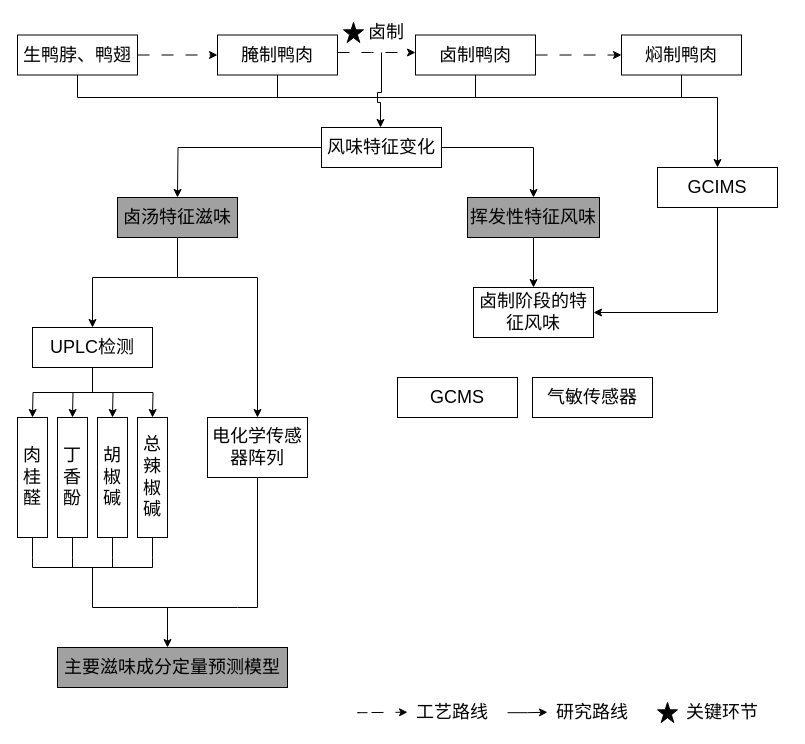
This is 大论文.drawio from zheng-oh/dragrams, a draw.io file, before an edit. Source tidied: cells renumbered, new cells numbered last; positions are measured from the earlier drawing's top-left corner, leaving out a move shared by most shapes. Both pictures are drawn from the tidied source at 100%, with x=0, y=0 at pixel (17, 17).
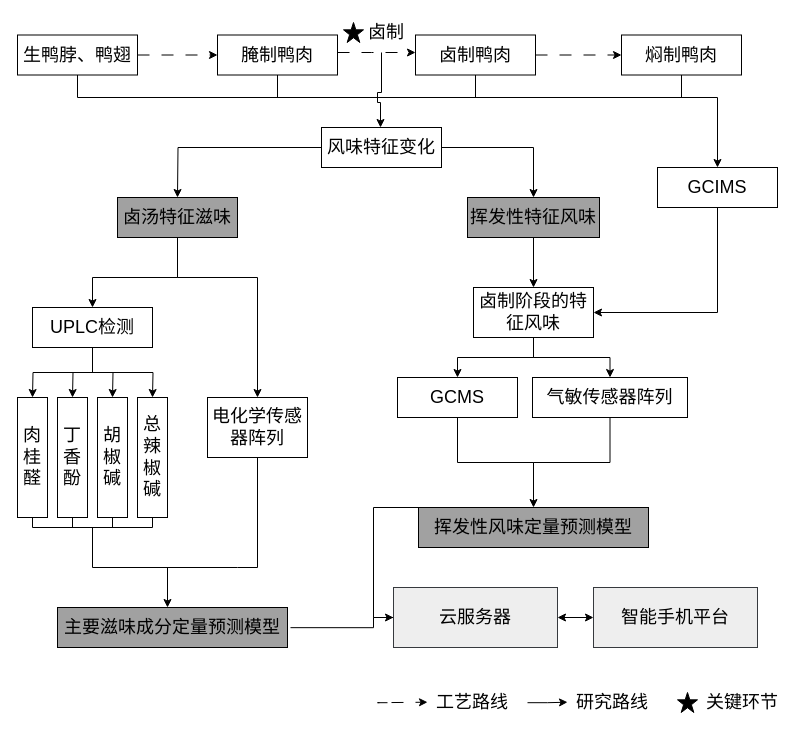
The same diagram, later.

The change refers to these unchanged cells:
```xml
<mxCell id="51" value="&lt;span style=&quot;font-size: 18px;&quot;&gt;卤制阶段的特征风味&lt;/span&gt;" style="whiteSpace=wrap;html=1;rounded=0;" parent="1" vertex="1">
  <mxGeometry x="456" y="270" width="120" height="50" as="geometry" />
</mxCell>
<mxCell id="52" value="&lt;span style=&quot;font-size: 18px;&quot;&gt;GCMS&lt;/span&gt;" style="whiteSpace=wrap;html=1;rounded=0;" parent="1" vertex="1">
  <mxGeometry x="380" y="360" width="120" height="40" as="geometry" />
</mxCell>
```

The edit, as a diff of the source:
```diff
@@
     <mxCell id="13" style="edgeStyle=orthogonalEdgeStyle;rounded=0;orthogonalLoop=1;jettySize=auto;html=1;dashed=1;dashPattern=12 12;" parent="1" edge="1">
       <mxGeometry relative="1" as="geometry">
-        <mxPoint x="350" y="695.2" as="sourcePoint" />
-        <mxPoint x="390" y="694.7" as="targetPoint" />
+        <mxPoint x="370" y="685.2" as="sourcePoint" />
+        <mxPoint x="410" y="684.7" as="targetPoint" />
         <Array as="points">
-          <mxPoint x="340" y="694.7" />
-          <mxPoint x="340" y="694.7" />
+          <mxPoint x="360" y="684.7" />
+          <mxPoint x="360" y="684.7" />
         </Array>
       </mxGeometry>
     </mxCell>
     <mxCell id="14" value="&lt;font style=&quot;font-size: 18px;&quot;&gt;工艺路线&lt;/font&gt;" style="text;strokeColor=none;align=center;fillColor=none;html=1;verticalAlign=middle;whiteSpace=wrap;rounded=0;" parent="1" vertex="1">
-      <mxGeometry x="390" y="680" width="90" height="30" as="geometry" />
+      <mxGeometry x="410" y="670" width="90" height="30" as="geometry" />
     </mxCell>
     <mxCell id="15" style="edgeStyle=orthogonalEdgeStyle;rounded=0;orthogonalLoop=1;jettySize=auto;html=1;" parent="1" edge="1">
       <mxGeometry relative="1" as="geometry">
-        <mxPoint x="490" y="695.2" as="sourcePoint" />
-        <mxPoint x="530" y="694.7" as="targetPoint" />
+        <mxPoint x="510" y="685.2" as="sourcePoint" />
+        <mxPoint x="550" y="684.7" as="targetPoint" />
         <Array as="points">
-          <mxPoint x="510" y="695" />
+          <mxPoint x="530" y="685" />
         </Array>
       </mxGeometry>
     </mxCell>
     <mxCell id="16" value="&lt;font style=&quot;font-size: 18px;&quot;&gt;研究路线&lt;/font&gt;" style="text;strokeColor=none;align=center;fillColor=none;html=1;verticalAlign=middle;whiteSpace=wrap;rounded=0;" parent="1" vertex="1">
-      <mxGeometry x="530" y="680" width="90" height="30" as="geometry" />
+      <mxGeometry x="550" y="670" width="90" height="30" as="geometry" />
     </mxCell>
     <mxCell id="17" value="&lt;font style=&quot;font-size: 18px;&quot;&gt;关键环节&lt;/font&gt;" style="text;strokeColor=none;align=center;fillColor=none;html=1;verticalAlign=middle;whiteSpace=wrap;rounded=0;" parent="1" vertex="1">
-      <mxGeometry x="660" y="680" width="90" height="30" as="geometry" />
+      <mxGeometry x="680" y="670" width="90" height="30" as="geometry" />
     </mxCell>
     <mxCell id="18" style="verticalLabelPosition=bottom;verticalAlign=top;html=1;shape=mxgraph.basic.star;fillColor=#000000;" parent="1" vertex="1">
-      <mxGeometry x="640" y="685" width="20" height="20" as="geometry" />
+      <mxGeometry x="660" y="675" width="20" height="20" as="geometry" />
     </mxCell>
@@
     <mxCell id="30" style="edgeStyle=orthogonalEdgeStyle;rounded=0;jettySize=auto;html=1;" parent="1" edge="1" source="34">
       <mxGeometry relative="1" as="geometry">
-        <mxPoint x="15" y="400" as="targetPoint" />
+        <mxPoint x="15" y="380" as="targetPoint" />
       </mxGeometry>
     </mxCell>
     <mxCell id="31" style="edgeStyle=orthogonalEdgeStyle;rounded=0;jettySize=auto;html=1;" parent="1" edge="1" source="34">
       <mxGeometry relative="1" as="geometry">
-        <mxPoint x="55" y="400" as="targetPoint" />
+        <mxPoint x="55" y="380" as="targetPoint" />
       </mxGeometry>
     </mxCell>
     <mxCell id="32" style="edgeStyle=orthogonalEdgeStyle;rounded=0;jettySize=auto;html=1;" parent="1" edge="1" source="34">
       <mxGeometry relative="1" as="geometry">
-        <mxPoint x="95" y="400" as="targetPoint" />
+        <mxPoint x="95" y="380" as="targetPoint" />
       </mxGeometry>
     </mxCell>
     <mxCell id="33" style="edgeStyle=orthogonalEdgeStyle;rounded=0;jettySize=auto;html=1;" parent="1" edge="1" source="34">
       <mxGeometry relative="1" as="geometry">
-        <mxPoint x="135" y="400" as="targetPoint" />
+        <mxPoint x="135" y="380" as="targetPoint" />
       </mxGeometry>
     </mxCell>
     <mxCell id="34" value="&lt;span style=&quot;font-size: 18px;&quot;&gt;UPLC检测&lt;/span&gt;" style="whiteSpace=wrap;html=1;rounded=0;" parent="1" vertex="1">
-      <mxGeometry x="15" y="310" width="120" height="40" as="geometry" />
+      <mxGeometry x="15" y="290" width="120" height="40" as="geometry" />
     </mxCell>
-    <mxCell id="35" style="edgeStyle=orthogonalEdgeStyle;rounded=0;jettySize=auto;html=1;endArrow=none;endFill=0;" parent="1" edge="1" source="36">
+    <mxCell id="35" style="edgeStyle=orthogonalEdgeStyle;rounded=0;orthogonalLoop=1;jettySize=auto;html=1;endArrow=none;endFill=0;" parent="1" edge="1">
       <mxGeometry relative="1" as="geometry">
-        <mxPoint x="15" y="550" as="targetPoint" />
+        <mxPoint x="15" y="480" as="sourcePoint" />
+        <mxPoint x="15" y="510" as="targetPoint" />
       </mxGeometry>
     </mxCell>
     <mxCell id="36" value="&lt;font style=&quot;font-size: 18px;&quot;&gt;肉桂醛&lt;/font&gt;" style="whiteSpace=wrap;html=1;rounded=0;fontSize=18;" parent="1" vertex="1">
-      <mxGeometry y="400" width="30" height="120" as="geometry" />
+      <mxGeometry y="380" width="30" height="120" as="geometry" />
     </mxCell>
-    <mxCell id="37" style="edgeStyle=orthogonalEdgeStyle;rounded=0;jettySize=auto;html=1;endArrow=none;endFill=0;" parent="1" edge="1" source="38">
+    <mxCell id="37" style="edgeStyle=orthogonalEdgeStyle;rounded=0;orthogonalLoop=1;jettySize=auto;html=1;endArrow=none;endFill=0;" parent="1" edge="1">
       <mxGeometry relative="1" as="geometry">
-        <mxPoint x="55" y="550" as="targetPoint" />
+        <mxPoint x="55" y="480" as="sourcePoint" />
+        <mxPoint x="55" y="510" as="targetPoint" />
       </mxGeometry>
     </mxCell>
     <mxCell id="38" value="&lt;font style=&quot;font-size: 18px;&quot;&gt;丁香酚&lt;/font&gt;" style="whiteSpace=wrap;html=1;rounded=0;fontSize=18;" parent="1" vertex="1">
-      <mxGeometry x="40" y="400" width="30" height="120" as="geometry" />
+      <mxGeometry x="40" y="380" width="30" height="120" as="geometry" />
     </mxCell>
-    <mxCell id="39" style="edgeStyle=orthogonalEdgeStyle;rounded=0;jettySize=auto;html=1;endArrow=none;endFill=0;" parent="1" edge="1" source="40">
+    <mxCell id="39" style="edgeStyle=orthogonalEdgeStyle;rounded=0;orthogonalLoop=1;jettySize=auto;html=1;endArrow=none;endFill=0;" parent="1" edge="1">
       <mxGeometry relative="1" as="geometry">
-        <mxPoint x="95" y="550" as="targetPoint" />
+        <mxPoint x="95" y="480" as="sourcePoint" />
+        <mxPoint x="95" y="510" as="targetPoint" />
       </mxGeometry>
     </mxCell>
     <mxCell id="40" value="&lt;font style=&quot;font-size: 18px;&quot;&gt;胡椒碱&lt;/font&gt;" style="whiteSpace=wrap;html=1;rounded=0;fontSize=18;" parent="1" vertex="1">
-      <mxGeometry x="80" y="400" width="30" height="120" as="geometry" />
+      <mxGeometry x="80" y="380" width="30" height="120" as="geometry" />
     </mxCell>
-    <mxCell id="41" style="edgeStyle=orthogonalEdgeStyle;rounded=0;jettySize=auto;html=1;endArrow=none;endFill=0;" parent="1" edge="1" source="42">
+    <mxCell id="41" style="edgeStyle=orthogonalEdgeStyle;rounded=0;orthogonalLoop=1;jettySize=auto;html=1;endArrow=none;endFill=0;" parent="1" edge="1">
       <mxGeometry relative="1" as="geometry">
-        <mxPoint x="135" y="550" as="targetPoint" />
+        <mxPoint x="135" y="480" as="sourcePoint" />
+        <mxPoint x="135" y="510" as="targetPoint" />
       </mxGeometry>
     </mxCell>
     <mxCell id="42" value="&lt;font style=&quot;font-size: 18px;&quot;&gt;总辣椒碱&lt;/font&gt;" style="whiteSpace=wrap;html=1;rounded=0;fontSize=18;" parent="1" vertex="1">
-      <mxGeometry x="120" y="400" width="30" height="120" as="geometry" />
+      <mxGeometry x="120" y="380" width="30" height="120" as="geometry" />
     </mxCell>
     <mxCell id="43" style="edgeStyle=orthogonalEdgeStyle;rounded=0;jettySize=auto;html=1;endArrow=none;endFill=0;" parent="1" edge="1" source="44">
       <mxGeometry relative="1" as="geometry">
-        <mxPoint x="220" y="590" as="targetPoint" />
+        <mxPoint x="220" y="550" as="targetPoint" />
         <Array as="points">
-          <mxPoint x="240" y="590" />
-          <mxPoint x="220" y="590" />
+          <mxPoint x="240" y="550" />
         </Array>
       </mxGeometry>
     </mxCell>
     <mxCell id="44" value="&lt;span style=&quot;font-size: 18px;&quot;&gt;电化学传感器阵列&lt;/span&gt;" style="whiteSpace=wrap;html=1;rounded=0;" parent="1" vertex="1">
-      <mxGeometry x="190" y="400" width="100" height="60" as="geometry" />
+      <mxGeometry x="190" y="380" width="100" height="60" as="geometry" />
     </mxCell>
     <mxCell id="45" style="edgeStyle=orthogonalEdgeStyle;rounded=0;orthogonalLoop=1;jettySize=auto;html=1;endArrow=none;endFill=0;" parent="1" edge="1">
       <mxGeometry relative="1" as="geometry">
-        <mxPoint x="15" y="550" as="sourcePoint" />
-        <mxPoint x="135" y="550" as="targetPoint" />
+        <mxPoint x="15" y="510" as="sourcePoint" />
+        <mxPoint x="135" y="510" as="targetPoint" />
       </mxGeometry>
     </mxCell>
     <mxCell id="46" style="edgeStyle=orthogonalEdgeStyle;rounded=0;orthogonalLoop=1;jettySize=auto;html=1;" parent="1" edge="1">
       <mxGeometry relative="1" as="geometry">
-        <mxPoint x="75" y="550" as="sourcePoint" />
-        <mxPoint x="150" y="630" as="targetPoint" />
+        <mxPoint x="75" y="510" as="sourcePoint" />
+        <mxPoint x="150" y="590" as="targetPoint" />
         <Array as="points">
-          <mxPoint x="75" y="590" />
+          <mxPoint x="75" y="550" />
+          <mxPoint x="150" y="550" />
           <mxPoint x="150" y="590" />
-          <mxPoint x="150" y="630" />
         </Array>
       </mxGeometry>
     </mxCell>
     <mxCell id="47" style="edgeStyle=orthogonalEdgeStyle;rounded=0;orthogonalLoop=1;jettySize=auto;html=1;endArrow=none;endFill=0;" parent="1" edge="1">
       <mxGeometry relative="1" as="geometry">
-        <mxPoint x="130" y="590" as="sourcePoint" />
-        <mxPoint x="220" y="590" as="targetPoint" />
+        <mxPoint x="130" y="550" as="sourcePoint" />
+        <mxPoint x="220" y="550" as="targetPoint" />
         <Array as="points">
-          <mxPoint x="220" y="590" />
+          <mxPoint x="220" y="550" />
         </Array>
       </mxGeometry>
     </mxCell>
+    <mxCell id="58" style="edgeStyle=orthogonalEdgeStyle;rounded=0;jettySize=auto;html=1;entryX=0;entryY=0.5;entryDx=0;entryDy=0;endArrow=none;endFill=0;exitX=1.013;exitY=0.504;exitDx=0;exitDy=0;exitPerimeter=0;" parent="1" edge="1" source="48" target="66">
+      <mxGeometry relative="1" as="geometry">
+        <Array as="points">
+          <mxPoint x="356" y="610" />
+          <mxPoint x="356" y="600" />
+        </Array>
+      </mxGeometry>
+    </mxCell>
     <mxCell id="48" value="&lt;span style=&quot;font-size: 18px;&quot;&gt;主要滋味成分定量预测模型&lt;/span&gt;" style="whiteSpace=wrap;html=1;rounded=0;fillColor=#A1A1A1;" parent="1" vertex="1">
-      <mxGeometry x="40" y="630" width="230" height="40" as="geometry" />
+      <mxGeometry x="40" y="590" width="230" height="40" as="geometry" />
     </mxCell>
@@
+    <mxCell id="59" style="edgeStyle=orthogonalEdgeStyle;rounded=0;jettySize=auto;html=1;entryX=0.5;entryY=0;entryDx=0;entryDy=0;" parent="1" edge="1" source="51" target="52">
+      <mxGeometry relative="1" as="geometry" />
+    </mxCell>
+    <mxCell id="60" style="edgeStyle=orthogonalEdgeStyle;rounded=0;jettySize=auto;html=1;" parent="1" edge="1" source="51" target="53">
+      <mxGeometry relative="1" as="geometry" />
+    </mxCell>
@@
+    <mxCell id="61" style="edgeStyle=orthogonalEdgeStyle;rounded=0;jettySize=auto;html=1;entryX=0.5;entryY=0;entryDx=0;entryDy=0;" parent="1" edge="1" source="52" target="64">
+      <mxGeometry relative="1" as="geometry" />
+    </mxCell>
@@
+    <mxCell id="62" style="edgeStyle=orthogonalEdgeStyle;rounded=0;orthogonalLoop=1;jettySize=auto;html=1;endArrow=none;endFill=0;" parent="1" edge="1">
+      <mxGeometry relative="1" as="geometry">
+        <mxPoint x="592.5" y="400" as="sourcePoint" />
+        <mxPoint x="516" y="455" as="targetPoint" />
+        <Array as="points">
+          <mxPoint x="593" y="445" />
+          <mxPoint x="516" y="445" />
+        </Array>
+      </mxGeometry>
+    </mxCell>
-    <mxCell id="53" value="&lt;span style=&quot;font-size: 18px;&quot;&gt;气敏传感器&lt;/span&gt;" style="whiteSpace=wrap;html=1;rounded=0;" parent="1" vertex="1">
-      <mxGeometry x="515" y="360" width="120" height="40" as="geometry" />
+    <mxCell id="53" value="&lt;span style=&quot;font-size: 18px;&quot;&gt;气敏传感器阵列&lt;/span&gt;" style="whiteSpace=wrap;html=1;rounded=0;" parent="1" vertex="1">
+      <mxGeometry x="515" y="360" width="155" height="40" as="geometry" />
     </mxCell>
@@
+    <mxCell id="63" style="edgeStyle=orthogonalEdgeStyle;rounded=0;jettySize=auto;html=1;entryX=0;entryY=0.5;entryDx=0;entryDy=0;" parent="1" edge="1" source="64" target="66">
+      <mxGeometry relative="1" as="geometry">
+        <Array as="points">
+          <mxPoint x="356" y="490" />
+          <mxPoint x="356" y="600" />
+        </Array>
+      </mxGeometry>
+    </mxCell>
+    <mxCell id="64" value="&lt;span style=&quot;font-size: 18px;&quot;&gt;挥发性风味定量预测模型&lt;/span&gt;" style="whiteSpace=wrap;html=1;rounded=0;fillColor=#A1A1A1;" parent="1" vertex="1">
+      <mxGeometry x="401" y="490" width="230" height="40" as="geometry" />
+    </mxCell>
+    <mxCell id="65" style="edgeStyle=orthogonalEdgeStyle;rounded=0;jettySize=auto;html=1;entryX=0;entryY=0.5;entryDx=0;entryDy=0;startArrow=classic;startFill=1;" parent="1" edge="1" source="66" target="67">
+      <mxGeometry relative="1" as="geometry" />
+    </mxCell>
+    <mxCell id="66" value="&lt;span style=&quot;font-size: 18px;&quot;&gt;云服务器&lt;/span&gt;" style="whiteSpace=wrap;html=1;rounded=0;fillColor=#eeeeee;strokeColor=#36393d;" parent="1" vertex="1">
+      <mxGeometry x="376" y="570" width="164" height="60" as="geometry" />
+    </mxCell>
+    <mxCell id="67" value="&lt;span style=&quot;font-size: 18px;&quot;&gt;智能手机平台&lt;/span&gt;" style="whiteSpace=wrap;html=1;rounded=0;fillColor=#eeeeee;strokeColor=#36393d;" parent="1" vertex="1">
+      <mxGeometry x="576" y="570" width="164" height="60" as="geometry" />
+    </mxCell>
```
